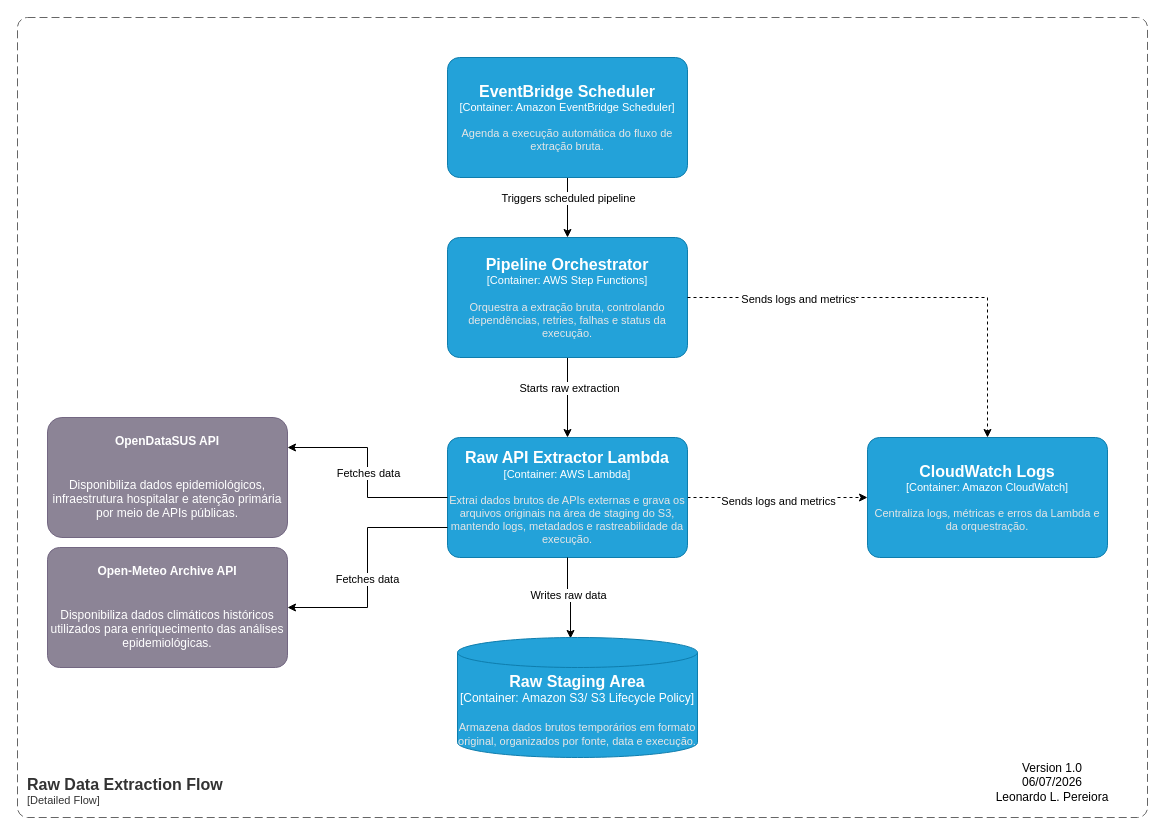
Earlier version of the draw.io diagram architecture/c4/c3_raw_data_extraction_flow.drawio (lleonardo-p/data_masters). Source tidied: cells renumbered, new cells numbered last; positions are measured from the earlier drawing's top-left corner, leaving out a move shared by most shapes. Both pictures are drawn from the tidied source at 100%, with x=0, y=0 at pixel (17, 17).
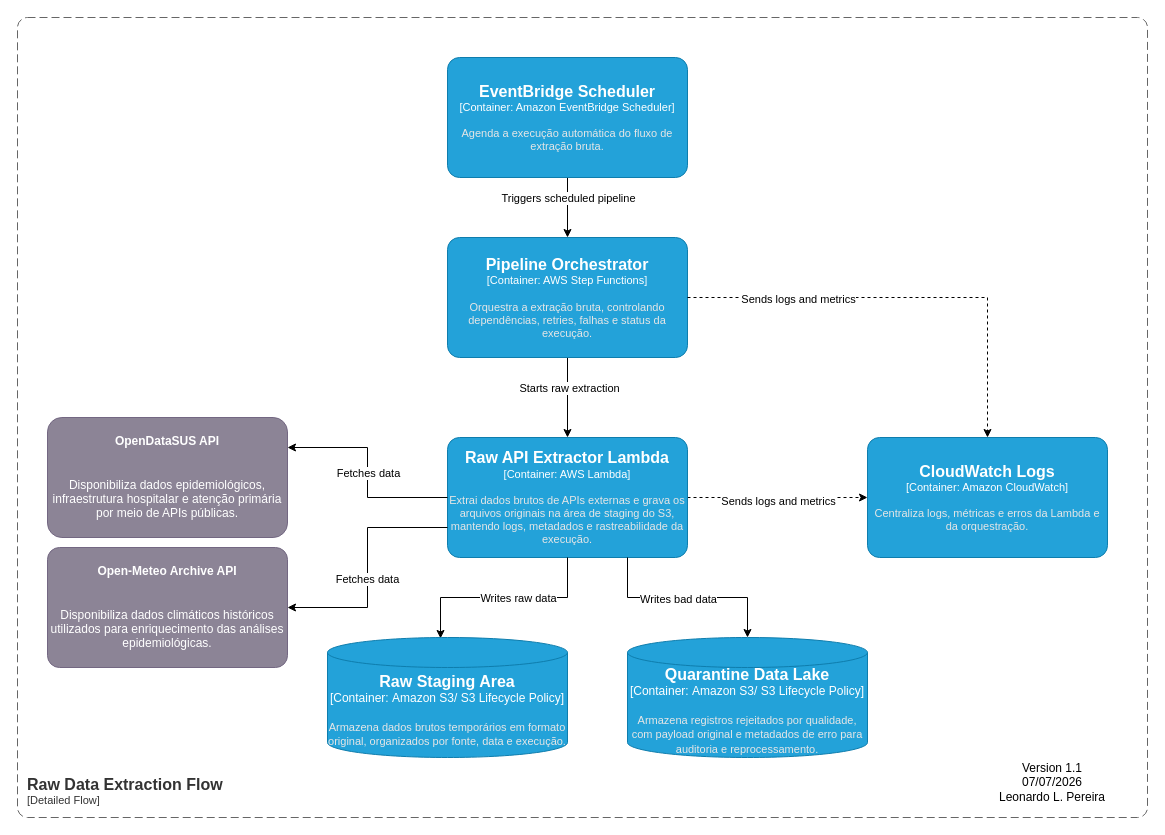
Above is the later version.

Unchanged cells that the change refers to:
```xml
<object id="6" label="&lt;font style=&quot;font-size: 16px&quot;&gt;&lt;b&gt;%c4Name%&lt;/b&gt;&lt;/font&gt;&lt;div&gt;[%c4Type%: %c4Technology%]&lt;/div&gt;&lt;br&gt;&lt;div&gt;&lt;font style=&quot;font-size: 11px&quot;&gt;&lt;font color=&quot;#E6E6E6&quot;&gt;%c4Description%&lt;/font&gt;&lt;/div&gt;" c4Description="Extrai dados brutos de APIs externas e grava os arquivos originais na área de staging do S3, mantendo logs, metadados e rastreabilidade da execução." c4Name="Raw API Extractor Lambda" c4Technology="AWS Lambda" c4Type="Container" placeholders="1">
  <mxCell style="rounded=1;whiteSpace=wrap;html=1;fontSize=11;labelBackgroundColor=none;fillColor=#23A2D9;fontColor=#ffffff;align=center;arcSize=10;strokeColor=#0E7DAD;points=[[0.25,0,0],[0.5,0,0],[0.75,0,0],[1,0.25,0],[1,0.5,0],[1,0.75,0],[0.75,1,0],[0.5,1,0],[0.25,1,0],[0,0.75,0],[0,0.5,0],[0,0.25,0]];" parent="1" vertex="1">
    <mxGeometry x="430" y="420" width="240" height="120" as="geometry" />
  </mxCell>
</object>
```

Change to the diagram source:
```diff
@@
     <object id="19" label="&lt;font style=&quot;font-size: 16px&quot;&gt;&lt;b&gt;%c4Name%&lt;/b&gt;&lt;/font&gt;&lt;div&gt;[%c4Type%:&amp;nbsp;%c4Technology%]&lt;/div&gt;&lt;br&gt;&lt;div&gt;&lt;font style=&quot;font-size: 11px&quot;&gt;&lt;font color=&quot;#E6E6E6&quot;&gt;%c4Description%&lt;/font&gt;&lt;/div&gt;" c4Description="Armazena dados brutos temporários em formato original, organizados por fonte, data e execução." c4Name="Raw Staging Area" c4Technology="Amazon S3/ S3 Lifecycle Policy" c4Type="Container" placeholders="1">
       <mxCell style="shape=cylinder3;size=15;whiteSpace=wrap;html=1;boundedLbl=1;rounded=0;labelBackgroundColor=none;fillColor=#23A2D9;fontSize=12;fontColor=#ffffff;align=center;strokeColor=#0E7DAD;points=[[0.5,0,0],[1,0.25,0],[1,0.5,0],[1,0.75,0],[0.5,1,0],[0,0.75,0],[0,0.5,0],[0,0.25,0]];" parent="1" vertex="1">
-        <mxGeometry x="440" y="620" width="240" height="120" as="geometry" />
+        <mxGeometry x="310" y="620" width="240" height="120" as="geometry" />
       </mxCell>
     </object>
@@
-    <mxCell id="25" value="Version 1.0&lt;div&gt;06/07/2026&lt;/div&gt;&lt;div&gt;Leonardo L. Pereiora&lt;/div&gt;" style="text;html=1;whiteSpace=wrap;strokeColor=none;fillColor=none;align=center;verticalAlign=middle;rounded=0;" parent="1" vertex="1">
+    <mxCell id="25" value="Version 1.1&lt;div&gt;07/07/2026&lt;/div&gt;&lt;div&gt;Leonardo L. Pereira&lt;/div&gt;" style="text;html=1;whiteSpace=wrap;strokeColor=none;fillColor=none;align=center;verticalAlign=middle;rounded=0;" parent="1" vertex="1">
       <mxGeometry x="960" y="750" width="150" height="30" as="geometry" />
     </mxCell>
+    <object id="26" label="&lt;font style=&quot;font-size: 16px&quot;&gt;&lt;b&gt;%c4Name%&lt;/b&gt;&lt;/font&gt;&lt;div&gt;[%c4Type%:&amp;nbsp;%c4Technology%]&lt;/div&gt;&lt;br&gt;&lt;div&gt;&lt;font style=&quot;font-size: 11px&quot;&gt;&lt;font color=&quot;#E6E6E6&quot;&gt;%c4Description%&lt;/font&gt;&lt;/div&gt;" c4Description="Armazena registros rejeitados por qualidade, com payload original e metadados de erro para auditoria e reprocessamento." c4Name="Quarantine Data Lake" c4Technology="Amazon S3/ S3 Lifecycle Policy" c4Type="Container" placeholders="1">
+      <mxCell style="shape=cylinder3;size=15;whiteSpace=wrap;html=1;boundedLbl=1;rounded=0;labelBackgroundColor=none;fillColor=#23A2D9;fontSize=12;fontColor=#ffffff;align=center;strokeColor=#0E7DAD;points=[[0.5,0,0],[1,0.25,0],[1,0.5,0],[1,0.75,0],[0.5,1,0],[0,0.75,0],[0,0.5,0],[0,0.25,0]];" parent="1" vertex="1">
+        <mxGeometry x="610" y="620" width="240" height="120" as="geometry" />
+      </mxCell>
+    </object>
+    <mxCell id="27" style="edgeStyle=orthogonalEdgeStyle;rounded=0;jettySize=auto;html=1;exitX=0.75;exitY=1;exitDx=0;exitDy=0;exitPerimeter=0;entryX=0.5;entryY=0;entryDx=0;entryDy=0;entryPerimeter=0;" parent="1" edge="1" source="6" target="26">
+      <mxGeometry relative="1" as="geometry" />
+    </mxCell>
+    <mxCell id="28" value="Writes bad data" style="edgeLabel;html=1;align=center;verticalAlign=middle;" parent="27" vertex="1">
+      <mxGeometry x="-0.1" y="-1" relative="1" as="geometry" />
+    </mxCell>
```
